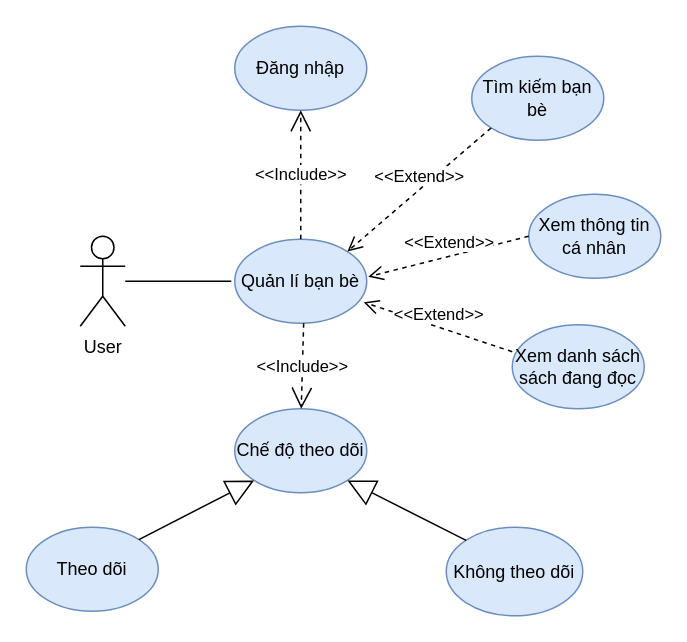
Before: luận văn tốt nghiệp/cuonbaocao/cac so do/thanh phantacnhan-chuong 4/Sơdo/usecasequanlibanbe.drawio in ThanhQvanVnnn/BookAppFireBase, a draw.io diagram. Source tidied: cells renumbered, new cells numbered last; positions are measured from the earlier drawing's top-left corner, leaving out a move shared by most shapes. Both pictures are drawn from the tidied source at 150%, with x=0, y=0 at pixel (26, 26).
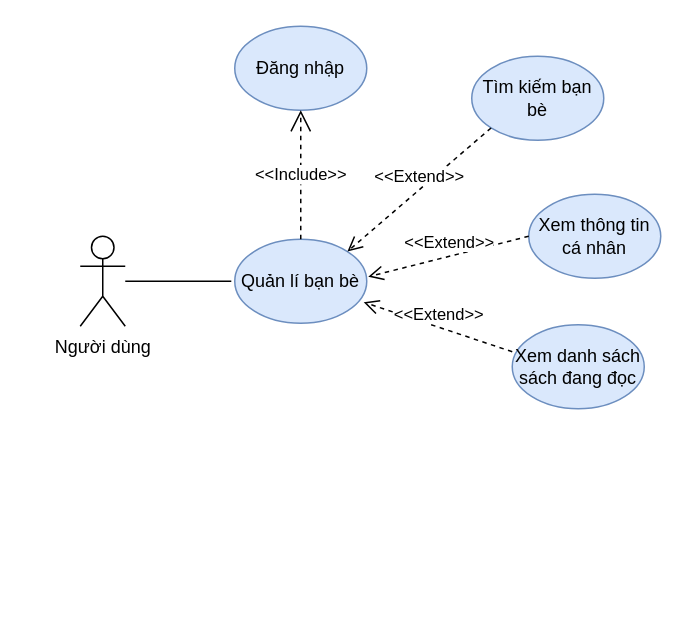
The same diagram, later.

Unchanged cells that the change refers to:
```xml
<mxCell id="3" value="Quản lí bạn bè" style="ellipse;whiteSpace=wrap;html=1;fillColor=#dae8fc;strokeColor=#6c8ebf;" parent="1" vertex="1">
  <mxGeometry x="139" y="142" width="88" height="56" as="geometry" />
</mxCell>
```

Change to the diagram source:
```diff
@@
-    <mxCell id="2" value="User" style="shape=umlActor;verticalLabelPosition=bottom;labelBackgroundColor=#ffffff;verticalAlign=top;html=1;outlineConnect=0;" parent="1" vertex="1">
+    <mxCell id="2" value="Người dùng" style="shape=umlActor;verticalLabelPosition=bottom;labelBackgroundColor=#ffffff;verticalAlign=top;html=1;outlineConnect=0;" parent="1" vertex="1">
       <mxGeometry x="36" y="140" width="30" height="60" as="geometry" />
     </mxCell>
@@
-    <mxCell id="12" value="Theo dõi" style="ellipse;whiteSpace=wrap;html=1;fillColor=#dae8fc;strokeColor=#6c8ebf;" parent="1" vertex="1">
-      <mxGeometry y="334" width="88" height="56" as="geometry" />
-    </mxCell>
@@
-    <mxCell id="14" value="Chế độ theo dõi" style="ellipse;whiteSpace=wrap;html=1;fillColor=#dae8fc;strokeColor=#6c8ebf;" parent="1" vertex="1">
-      <mxGeometry x="139" y="255" width="88" height="56" as="geometry" />
-    </mxCell>
-    <mxCell id="15" value="&amp;lt;&amp;lt;Include&amp;gt;&amp;gt;" style="endArrow=open;endSize=12;dashed=1;html=1;exitX=0.522;exitY=1;exitDx=0;exitDy=0;exitPerimeter=0;" parent="1" edge="1" source="3" target="14">
-      <mxGeometry relative="1" as="geometry" />
-    </mxCell>
-    <mxCell id="16" value="Không theo dõi" style="ellipse;whiteSpace=wrap;html=1;fillColor=#dae8fc;strokeColor=#6c8ebf;" parent="1" vertex="1">
-      <mxGeometry x="280" y="334" width="91" height="59" as="geometry" />
-    </mxCell>
-    <mxCell id="17" style="endArrow=block;endSize=16;endFill=0;html=1;exitX=1;exitY=0;exitDx=0;exitDy=0;entryX=0;entryY=1;entryDx=0;entryDy=0;" parent="1" edge="1" source="12" target="14">
-      <mxGeometry relative="1" as="geometry" />
-    </mxCell>
-    <mxCell id="18" style="endArrow=block;endSize=16;endFill=0;html=1;exitX=0;exitY=0;exitDx=0;exitDy=0;entryX=1;entryY=1;entryDx=0;entryDy=0;" parent="1" edge="1" source="16" target="14">
-      <mxGeometry relative="1" as="geometry" />
-    </mxCell>
```
